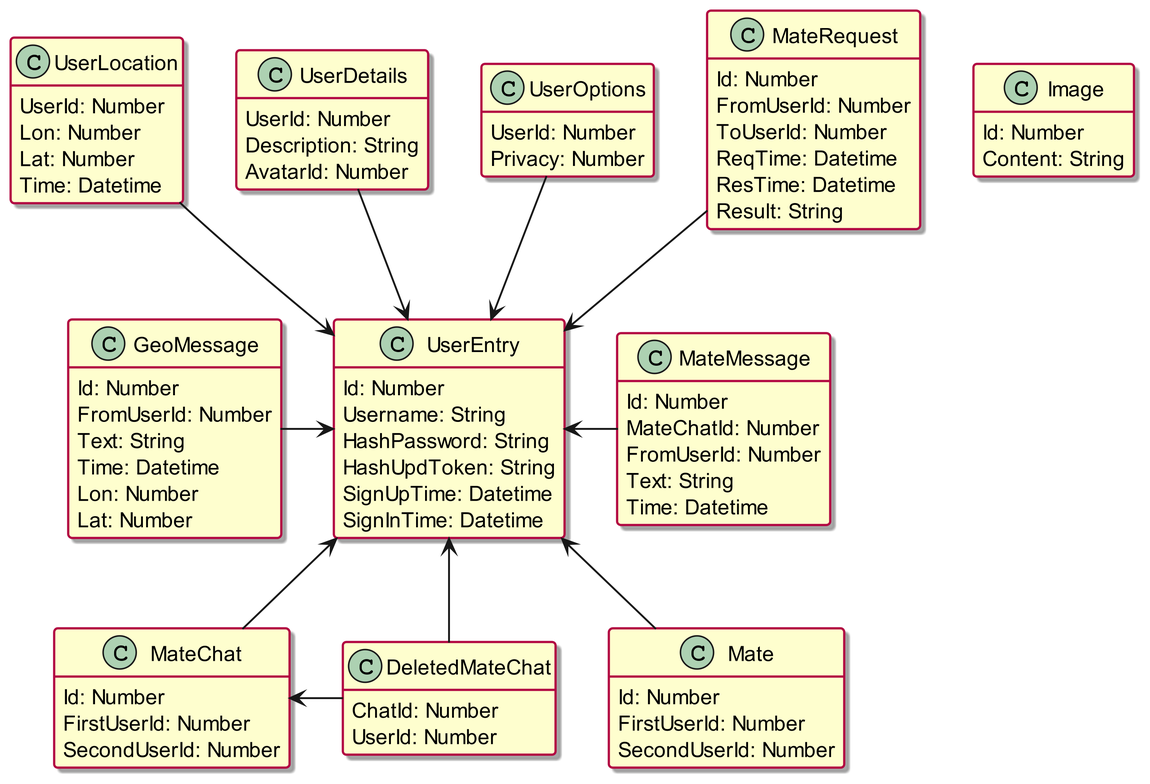
The PlantUML diagram general/out_diagrams/puml_diagrams/domain/models_p2.png in qubacy/geoqq, before a commit.
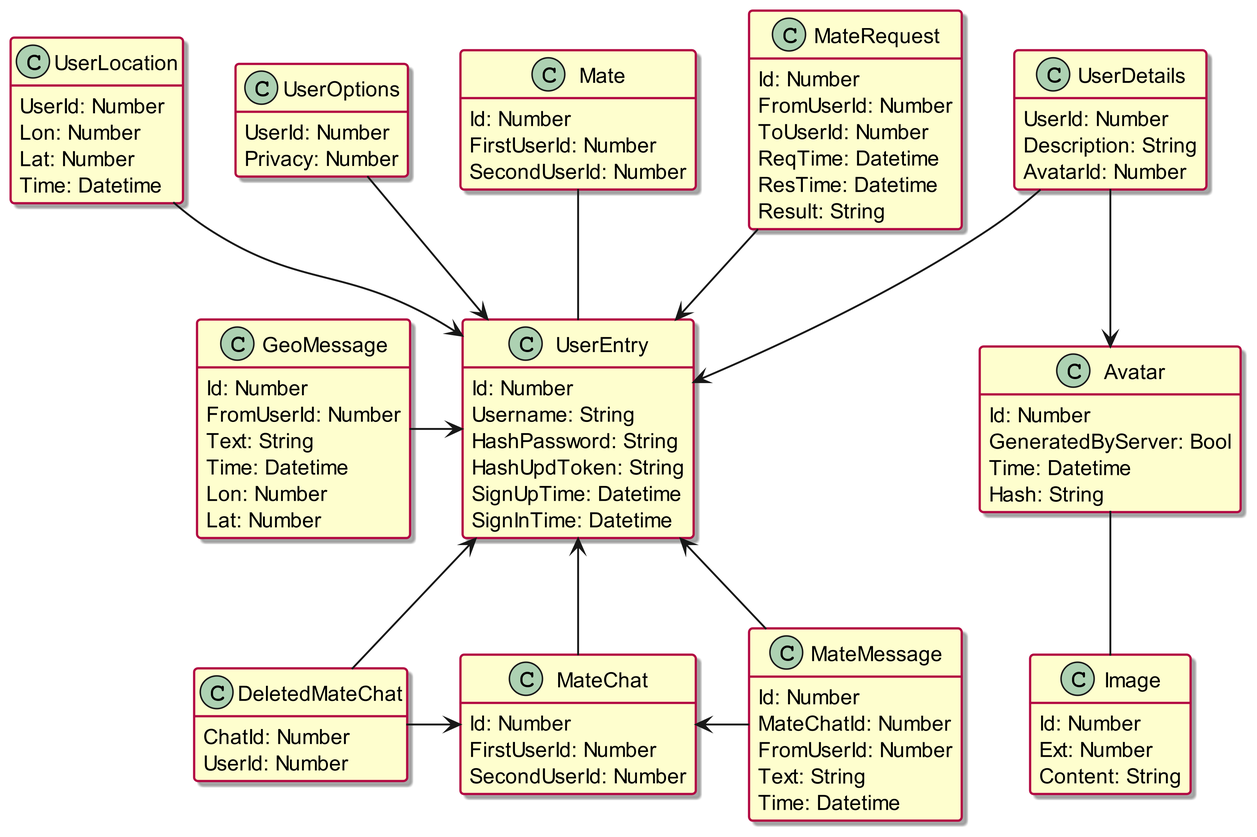
The same diagram one commit later.

What changed in the source:
```diff
@@ -16,6 +16,7 @@
 
 class Image {
     Id: Number
+    Ext: Number
     Content: String
 }
 
@@ -45,6 +46,13 @@
 class UserOptions {
     UserId: Number
     Privacy: Number
+}
+
+class Avatar {
+    Id: Number
+    GeneratedByServer: Bool
+    Time: Datetime
+    Hash: String
 }
 
 
@@ -97,20 +105,23 @@
 UserLocation --> UserEntry
 UserOptions --> UserEntry
 UserDetails --> UserEntry
+UserDetails --> Avatar
+Avatar -- Image
 
 
 GeoMessage -r-> UserEntry
 
 
 MateRequest -d-> UserEntry
-Mate -u-> UserEntry
+Mate -d- UserEntry
 
 
 MateChat -u-> UserEntry
 MateMessage -l-> UserEntry
+MateMessage -l-> MateChat
 
 
-DeletedMateChat -l-> MateChat
+DeletedMateChat -r-> MateChat
 DeletedMateChat -u-> UserEntry
 
 @enduml
```
